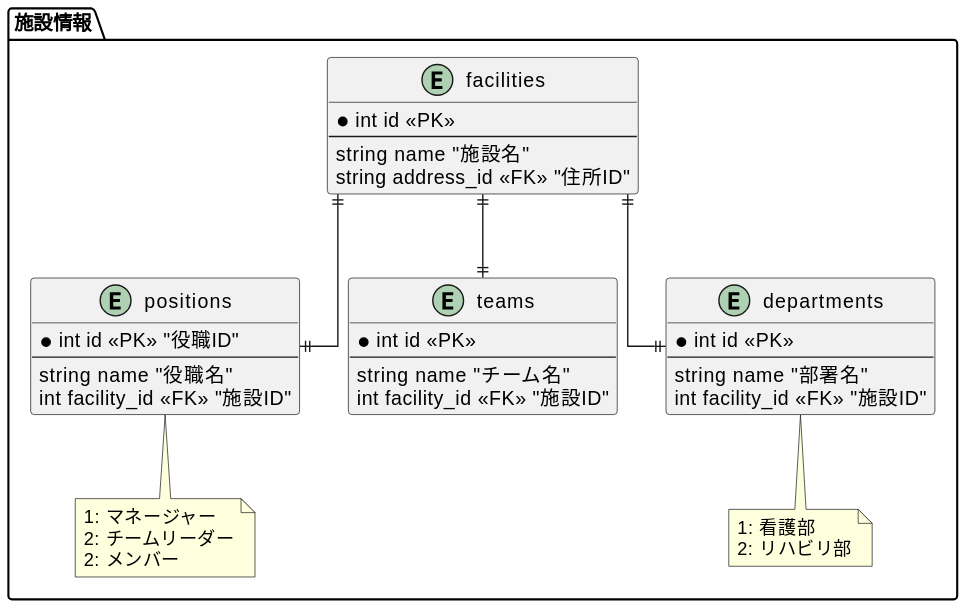
The PlantUML diagram src/diagrams-svg/ER/tables/facilities.svg in Fukuemon/buddy_design_docs, before a commit.
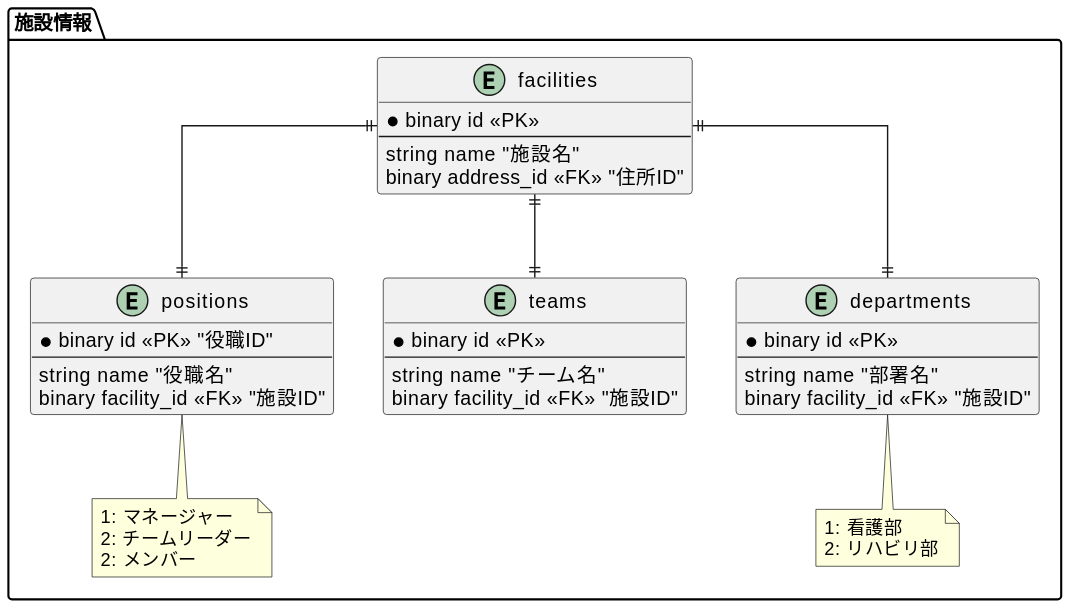
The same file after the commit.

Change to the diagram source:
```diff
@@ -2,23 +2,23 @@
 skinparam linetype ortho
 package 施設情報 {
   entity facilities {
-    * int id <<PK>>
+    * binary id <<PK>>
     --
     string name "施設名"
-    string address_id <<FK>> "住所ID"
+    binary address_id <<FK>> "住所ID"
   }
   entity positions {
-    * int id <<PK>> "役職ID"
+    * binary id <<PK>> "役職ID"
     --
     string name "役職名"
-    int facility_id <<FK>> "施設ID"
+    binary facility_id <<FK>> "施設ID"
   }
 
   entity teams {
-    * int id <<PK>>
+    * binary id <<PK>>
     --
     string name "チーム名"
-    int facility_id <<FK>> "施設ID"
+    binary facility_id <<FK>> "施設ID"
   }
 
   note bottom of positions
@@ -28,10 +28,10 @@
   end note
 
   entity departments {
-    * int id <<PK>>
+    * binary id <<PK>>
     --
     string name "部署名"
-    int facility_id <<FK>> "施設ID"
+    binary facility_id <<FK>> "施設ID"
   }
 
   note bottom of departments
```
